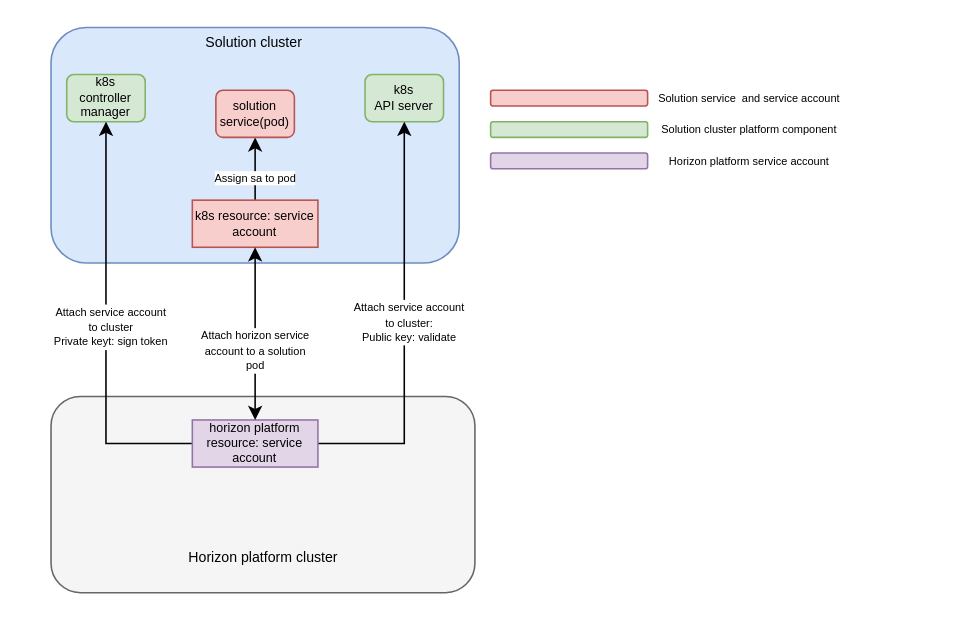
Earlier version of the draw.io diagram page "Page-1" (1 of 3) of HP/Untitled Diagram.drawio (zhangwm1987/mydraw_io). Source tidied: cells renumbered, new cells numbered last; positions are measured from the earlier drawing's top-left corner, leaving out a move shared by most shapes. Both pictures are drawn from the tidied source at 157%, with x=0, y=0 at pixel (50, 27).
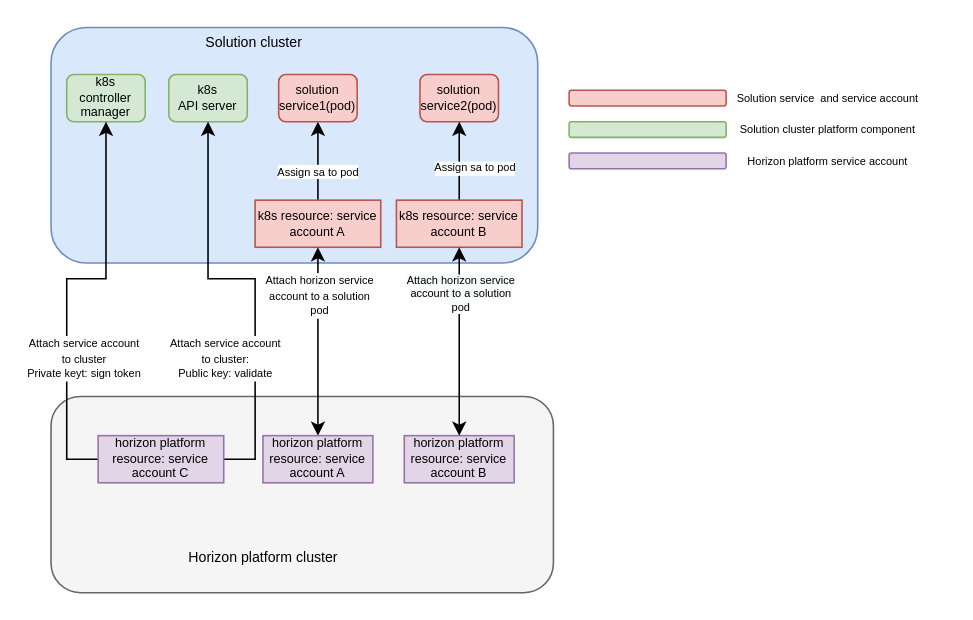
The same diagram, later.

The change refers to these unchanged cells:
```xml
<mxCell id="9" style="edgeStyle=orthogonalEdgeStyle;rounded=0;jettySize=auto;html=1;exitX=0;exitY=0.5;exitDx=0;exitDy=0;entryX=0.5;entryY=1;entryDx=0;entryDy=0;fontSize=8;" parent="1" edge="1" source="13" target="3">
  <mxGeometry relative="1" as="geometry" />
</mxCell>
```

The edit, as a diff of the source:
```diff
@@
     <mxCell id="2" style="rounded=1;whiteSpace=wrap;html=1;fillColor=#dae8fc;strokeColor=#6c8ebf;" parent="1" vertex="1">
-      <mxGeometry width="260" height="150" as="geometry" />
+      <mxGeometry width="310" height="150" as="geometry" />
     </mxCell>
@@
     <mxCell id="4" value="k8s&lt;br&gt;API server" style="rounded=1;whiteSpace=wrap;html=1;fontSize=8;fillColor=#d5e8d4;strokeColor=#82b366;" parent="1" vertex="1">
-      <mxGeometry x="200" y="30" width="50" height="30" as="geometry" />
+      <mxGeometry x="75" y="30" width="50" height="30" as="geometry" />
     </mxCell>
@@
-    <mxCell id="7" value="k8s resource: service account" style="rounded=0;whiteSpace=wrap;html=1;fontSize=8;fillColor=#f8cecc;strokeColor=#b85450;" parent="1" vertex="1">
-      <mxGeometry x="90" y="110" width="80" height="30" as="geometry" />
+    <mxCell id="7" value="k8s resource: service account A" style="rounded=0;whiteSpace=wrap;html=1;fontSize=8;fillColor=#f8cecc;strokeColor=#b85450;" parent="1" vertex="1">
+      <mxGeometry x="130" y="110" width="80" height="30" as="geometry" />
     </mxCell>
     <mxCell id="8" style="rounded=1;whiteSpace=wrap;html=1;fontSize=8;fillColor=#f5f5f5;fontColor=#333333;strokeColor=#666666;" parent="1" vertex="1">
-      <mxGeometry y="235" width="270" height="125" as="geometry" />
+      <mxGeometry y="235" width="320" height="125" as="geometry" />
     </mxCell>
@@
     <mxCell id="10" value="&lt;font style=&quot;font-size: 7px&quot;&gt;Attach service account &lt;br&gt;to cluster&lt;br&gt;Private keyt: sign token&lt;/font&gt;" style="edgeLabel;html=1;align=center;verticalAlign=middle;fontSize=8;" parent="9" vertex="1">
-      <mxGeometry y="-2" relative="1" as="geometry" />
+      <mxGeometry y="-2" relative="1" as="geometry">
+        <mxPoint x="8" y="45" as="offset" />
+      </mxGeometry>
     </mxCell>
     <mxCell id="11" style="edgeStyle=orthogonalEdgeStyle;rounded=0;jettySize=auto;html=1;exitX=1;exitY=0.5;exitDx=0;exitDy=0;fontSize=8;" parent="1" edge="1" source="13" target="4">
-      <mxGeometry relative="1" as="geometry" />
+      <mxGeometry relative="1" as="geometry">
+        <Array as="points">
+          <mxPoint x="130" y="275" />
+          <mxPoint x="130" y="160" />
+          <mxPoint x="100" y="160" />
+        </Array>
+      </mxGeometry>
     </mxCell>
     <mxCell id="12" value="&lt;font style=&quot;font-size: 7px&quot;&gt;Attach service account &lt;br&gt;to cluster:&lt;br&gt;Public key: validate&lt;/font&gt;" style="edgeLabel;html=1;align=center;verticalAlign=middle;fontSize=8;" parent="11" vertex="1">
-      <mxGeometry x="0.02" y="-2" relative="1" as="geometry" />
+      <mxGeometry x="0.02" y="-2" relative="1" as="geometry">
+        <mxPoint x="-20" y="52" as="offset" />
+      </mxGeometry>
     </mxCell>
-    <mxCell id="13" value="horizon platform resource: service account" style="rounded=0;whiteSpace=wrap;html=1;fontSize=8;fillColor=#e1d5e7;strokeColor=#9673a6;" parent="1" vertex="1">
-      <mxGeometry x="90" y="250" width="80" height="30" as="geometry" />
+    <mxCell id="13" value="horizon platform resource: service account C" style="rounded=0;whiteSpace=wrap;html=1;fontSize=8;fillColor=#e1d5e7;strokeColor=#9673a6;" parent="1" vertex="1">
+      <mxGeometry x="30" y="260" width="80" height="30" as="geometry" />
     </mxCell>
-    <mxCell id="14" value="solution service(pod)" style="rounded=1;whiteSpace=wrap;html=1;fontSize=8;fillColor=#f8cecc;strokeColor=#b85450;" parent="1" vertex="1">
-      <mxGeometry x="105" y="40" width="50" height="30" as="geometry" />
+    <mxCell id="14" value="solution service1(pod)" style="rounded=1;whiteSpace=wrap;html=1;fontSize=8;fillColor=#f8cecc;strokeColor=#b85450;" parent="1" vertex="1">
+      <mxGeometry x="145" y="30" width="50" height="30" as="geometry" />
     </mxCell>
-    <mxCell id="15" style="endArrow=classic;startArrow=classic;html=1;rounded=0;fontSize=8;entryX=0.5;entryY=1;entryDx=0;entryDy=0;exitX=0.5;exitY=0;exitDx=0;exitDy=0;" parent="1" edge="1" source="13" target="7">
+    <mxCell id="15" style="endArrow=classic;startArrow=classic;html=1;rounded=0;fontSize=8;entryX=0.5;entryY=1;entryDx=0;entryDy=0;exitX=0.5;exitY=0;exitDx=0;exitDy=0;" parent="1" edge="1" source="28" target="7">
       <mxGeometry relative="1" as="geometry" />
     </mxCell>
     <mxCell id="16" value="&lt;font style=&quot;font-size: 7px&quot;&gt;Attach horizon service&lt;br&gt;account to a solution&lt;br&gt;pod&lt;/font&gt;" style="edgeLabel;html=1;align=center;verticalAlign=middle;fontSize=8;" parent="15" vertex="1">
-      <mxGeometry x="-0.19" y="1" relative="1" as="geometry" />
+      <mxGeometry x="-0.19" y="1" relative="1" as="geometry">
+        <mxPoint x="1" y="-41" as="offset" />
+      </mxGeometry>
     </mxCell>
@@
     <mxCell id="19" style="rounded=1;whiteSpace=wrap;html=1;fontSize=9;fillColor=#f8cecc;strokeColor=#b85450;" parent="1" vertex="1">
-      <mxGeometry x="280" y="40" width="100" height="10" as="geometry" />
+      <mxGeometry x="330" y="40" width="100" height="10" as="geometry" />
     </mxCell>
     <mxCell id="20" style="rounded=1;whiteSpace=wrap;html=1;fontSize=9;fillColor=#d5e8d4;strokeColor=#82b366;" parent="1" vertex="1">
-      <mxGeometry x="280" y="60" width="100" height="10" as="geometry" />
+      <mxGeometry x="330" y="60" width="100" height="10" as="geometry" />
     </mxCell>
     <mxCell id="21" style="rounded=1;whiteSpace=wrap;html=1;fontSize=9;fillColor=#e1d5e7;strokeColor=#9673a6;" parent="1" vertex="1">
-      <mxGeometry x="280" y="80" width="100" height="10" as="geometry" />
+      <mxGeometry x="330" y="80" width="100" height="10" as="geometry" />
     </mxCell>
     <mxCell id="22" value="&lt;span style=&quot;font-size: 7px&quot;&gt;Solution service&amp;nbsp; and service account&lt;/span&gt;" style="text;html=1;strokeColor=none;fillColor=none;align=center;verticalAlign=middle;whiteSpace=wrap;rounded=0;fontSize=9;" parent="1" vertex="1">
-      <mxGeometry x="370" y="40" width="150" height="10" as="geometry" />
+      <mxGeometry x="420" y="40" width="150" height="10" as="geometry" />
     </mxCell>
     <mxCell id="23" value="&lt;span style=&quot;font-size: 7px&quot;&gt;Solution cluster platform component&lt;/span&gt;" style="text;html=1;strokeColor=none;fillColor=none;align=center;verticalAlign=middle;whiteSpace=wrap;rounded=0;fontSize=9;" parent="1" vertex="1">
-      <mxGeometry x="370" y="60" width="150" height="10" as="geometry" />
+      <mxGeometry x="420" y="60" width="150" height="10" as="geometry" />
     </mxCell>
     <mxCell id="24" value="&lt;span style=&quot;font-size: 7px&quot;&gt;Horizon platform service account&lt;/span&gt;" style="text;html=1;strokeColor=none;fillColor=none;align=center;verticalAlign=middle;whiteSpace=wrap;rounded=0;fontSize=9;" parent="1" vertex="1">
-      <mxGeometry x="370" y="80" width="150" height="10" as="geometry" />
+      <mxGeometry x="420" y="80" width="150" height="10" as="geometry" />
     </mxCell>
+    <mxCell id="25" value="solution service2(pod)" style="rounded=1;whiteSpace=wrap;html=1;fontSize=8;fillColor=#f8cecc;strokeColor=#b85450;" parent="1" vertex="1">
+      <mxGeometry x="235" y="30" width="50" height="30" as="geometry" />
+    </mxCell>
+    <mxCell id="26" value="Assign sa to pod" style="edgeStyle=orthogonalEdgeStyle;rounded=0;jettySize=auto;html=1;exitX=0.5;exitY=0;exitDx=0;exitDy=0;entryX=0.5;entryY=1;entryDx=0;entryDy=0;fontSize=7;" parent="1" edge="1" source="27" target="25">
+      <mxGeometry x="-0.2" y="-10" relative="1" as="geometry" />
+    </mxCell>
+    <mxCell id="27" value="k8s resource: service account B" style="rounded=0;whiteSpace=wrap;html=1;fontSize=8;fillColor=#f8cecc;strokeColor=#b85450;" parent="1" vertex="1">
+      <mxGeometry x="220" y="110" width="80" height="30" as="geometry" />
+    </mxCell>
+    <mxCell id="28" value="horizon platform resource: service account A" style="rounded=0;whiteSpace=wrap;html=1;fontSize=8;fillColor=#e1d5e7;strokeColor=#9673a6;" parent="1" vertex="1">
+      <mxGeometry x="135" y="260" width="70" height="30" as="geometry" />
+    </mxCell>
+    <mxCell id="29" value="horizon platform resource: service account B" style="rounded=0;whiteSpace=wrap;html=1;fontSize=8;fillColor=#e1d5e7;strokeColor=#9673a6;" parent="1" vertex="1">
+      <mxGeometry x="225" y="260" width="70" height="30" as="geometry" />
+    </mxCell>
+    <mxCell id="30" style="endArrow=classic;startArrow=classic;html=1;rounded=0;fontSize=7;entryX=0.5;entryY=1;entryDx=0;entryDy=0;exitX=0.5;exitY=0;exitDx=0;exitDy=0;" parent="1" edge="1" source="29" target="27">
+      <mxGeometry relative="1" as="geometry" />
+    </mxCell>
+    <mxCell id="31" value="&lt;span style=&quot;color: rgb(0, 0, 0); font-family: helvetica; font-size: 7px; font-style: normal; font-weight: 400; letter-spacing: normal; text-align: center; text-indent: 0px; text-transform: none; word-spacing: 0px; background-color: rgb(248, 249, 250); display: inline; float: none;&quot;&gt;Attach horizon service&lt;/span&gt;&lt;br style=&quot;color: rgb(0, 0, 0); font-family: helvetica; font-size: 7px; font-style: normal; font-weight: 400; letter-spacing: normal; text-align: center; text-indent: 0px; text-transform: none; word-spacing: 0px; background-color: rgb(248, 249, 250);&quot;&gt;&lt;span style=&quot;color: rgb(0, 0, 0); font-family: helvetica; font-size: 7px; font-style: normal; font-weight: 400; letter-spacing: normal; text-align: center; text-indent: 0px; text-transform: none; word-spacing: 0px; background-color: rgb(248, 249, 250); display: inline; float: none;&quot;&gt;account to a solution&lt;/span&gt;&lt;br style=&quot;color: rgb(0, 0, 0); font-family: helvetica; font-size: 7px; font-style: normal; font-weight: 400; letter-spacing: normal; text-align: center; text-indent: 0px; text-transform: none; word-spacing: 0px; background-color: rgb(248, 249, 250);&quot;&gt;&lt;span style=&quot;color: rgb(0, 0, 0); font-family: helvetica; font-size: 7px; font-style: normal; font-weight: 400; letter-spacing: normal; text-align: center; text-indent: 0px; text-transform: none; word-spacing: 0px; background-color: rgb(248, 249, 250); display: inline; float: none;&quot;&gt;pod&lt;/span&gt;" style="edgeLabel;html=1;align=center;verticalAlign=middle;fontSize=7;" parent="30" vertex="1">
+      <mxGeometry x="0.53" y="-2" relative="1" as="geometry">
+        <mxPoint x="-2" y="1" as="offset" />
+      </mxGeometry>
+    </mxCell>
```
